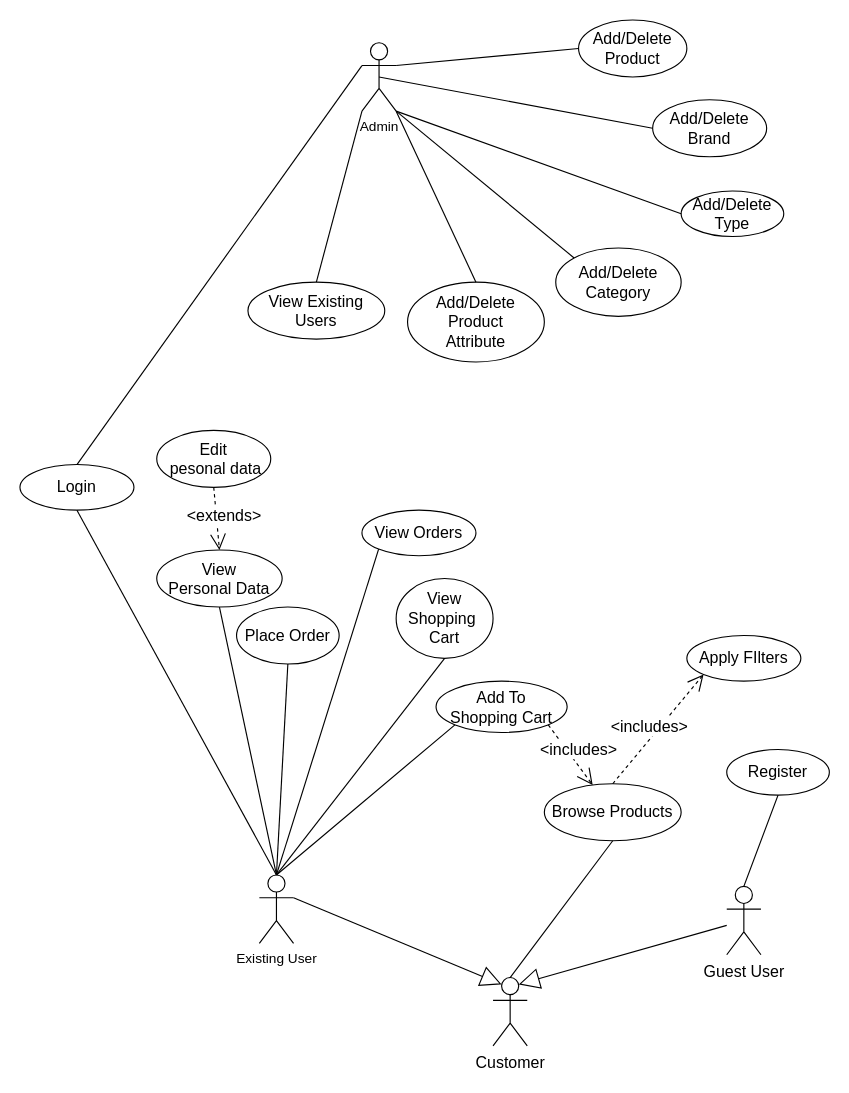
Earlier version of the draw.io diagram Diagrame/Use-Case-Diagram v2.drawio (sergiusergiu1234/licenta). Source tidied: cells renumbered, new cells numbered last; positions are measured from the earlier drawing's top-left corner, leaving out a move shared by most shapes. Both pictures are drawn from the tidied source at 114%, with x=0, y=0 at pixel (19, 19).
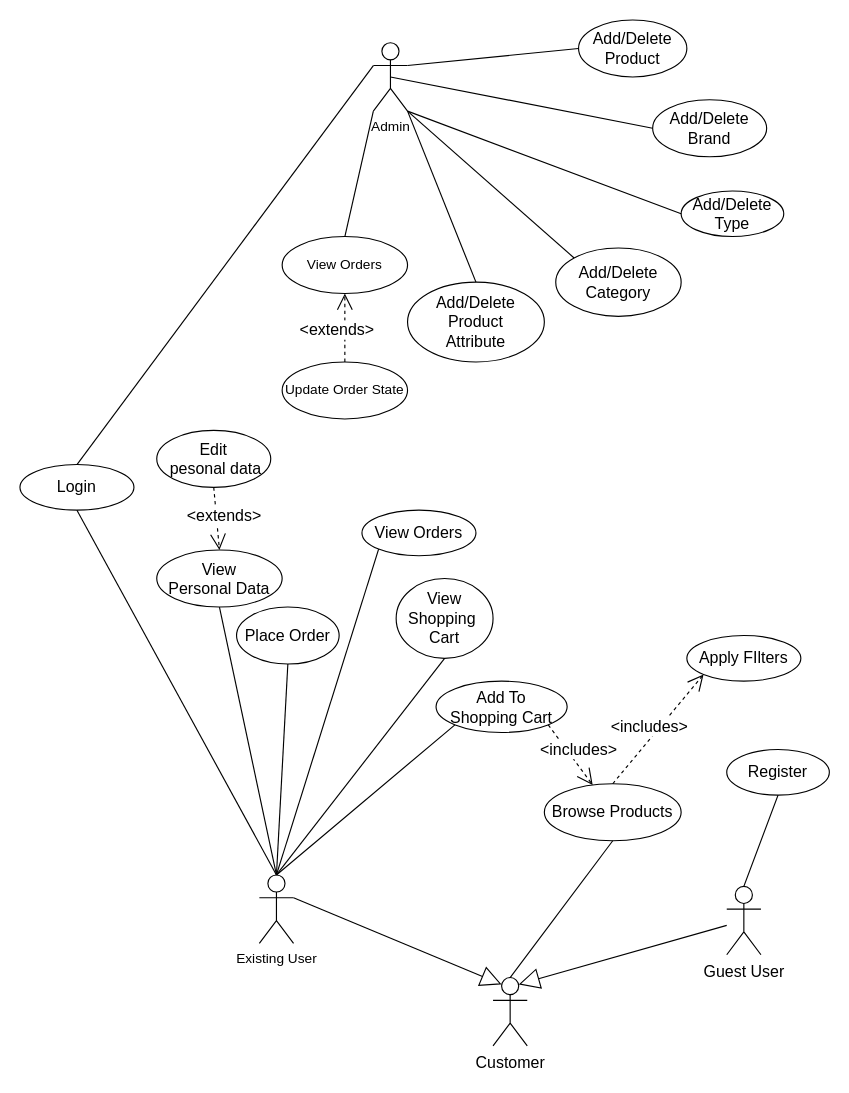
The same diagram, later.

What changed in the source:
```diff
@@
     <mxCell id="2" value="Admin" style="shape=umlActor;verticalLabelPosition=bottom;verticalAlign=top;html=1;outlineConnect=0;" parent="1" vertex="1">
-      <mxGeometry x="300" y="20" width="30" height="60" as="geometry" />
+      <mxGeometry x="310" y="20" width="30" height="60" as="geometry" />
     </mxCell>
@@
-    <mxCell id="35" value="View Existing&lt;br&gt;Users" style="ellipse;whiteSpace=wrap;html=1;fontSize=14;" parent="1" vertex="1">
-      <mxGeometry x="200" y="230" width="120" height="50" as="geometry" />
-    </mxCell>
-    <mxCell id="36" style="endArrow=none;html=1;rounded=0;fontSize=14;exitX=0.5;exitY=0;exitDx=0;exitDy=0;entryX=0;entryY=1;entryDx=0;entryDy=0;entryPerimeter=0;" parent="1" edge="1" source="35" target="2">
-      <mxGeometry relative="1" as="geometry" />
-    </mxCell>
@@
+    <mxCell id="42" value="Update Order State" style="ellipse;whiteSpace=wrap;html=1;" parent="1" vertex="1">
+      <mxGeometry x="230" y="300" width="110" height="50" as="geometry" />
+    </mxCell>
+    <mxCell id="43" value="View Orders" style="ellipse;whiteSpace=wrap;html=1;" parent="1" vertex="1">
+      <mxGeometry x="230" y="190" width="110" height="50" as="geometry" />
+    </mxCell>
+    <mxCell id="44" value="&amp;lt;extends&amp;gt;" style="endArrow=open;endSize=12;dashed=1;html=1;rounded=0;fontSize=14;exitX=0.5;exitY=0;exitDx=0;exitDy=0;entryX=0.5;entryY=1;entryDx=0;entryDy=0;" parent="1" edge="1" source="42" target="43">
+      <mxGeometry x="-0.06" y="7" relative="1" as="geometry" />
+    </mxCell>
+    <mxCell id="45" style="endArrow=none;html=1;rounded=0;entryX=0;entryY=1;entryDx=0;entryDy=0;entryPerimeter=0;exitX=0.5;exitY=0;exitDx=0;exitDy=0;" parent="1" edge="1" source="43" target="2">
+      <mxGeometry relative="1" as="geometry" />
+    </mxCell>
```
